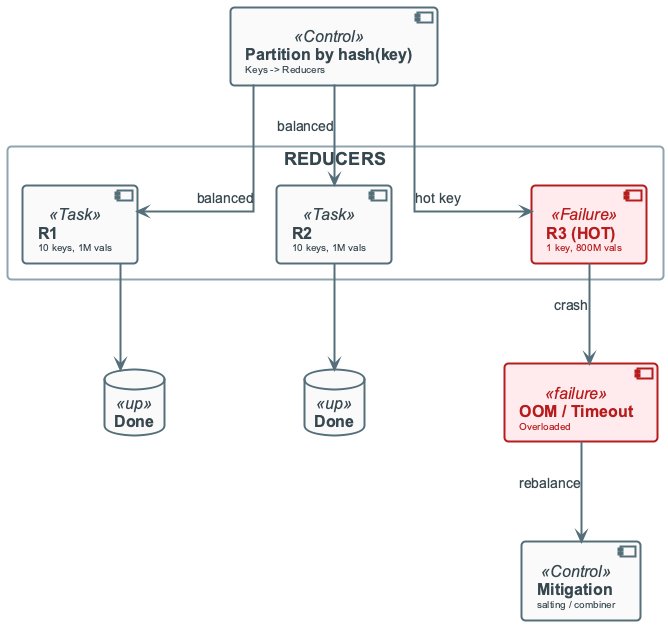
The PlantUML diagram diagrams/week03/week3_lecture_slide38_failure_skew.png in OrPerets/data-engineering-course, before a commit.
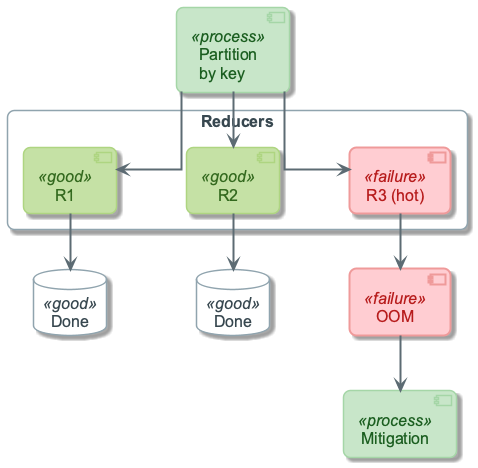
Above is the later version.

Change to the diagram source:
```diff
@@ -1,32 +1,30 @@
 @startuml
 !include ../_template_styles.puml
+!include _week3_visual_style.puml
+
 top to bottom direction
+skinparam nodesep 70
+skinparam ranksep 55
 
-component "**Partition by hash(key)**\n<size:10>Keys -> Reducers</size>" as PART <<Control>>
+component "Partition\nby key" as PART <<process>>
+rectangle "Reducers" as REDS {
+  component "R1" as R1 <<good>>
+  component "R2" as R2 <<good>>
+  component "R3 (hot)" as R3 <<failure>>
+  R1 -[hidden]right- R2
+  R2 -[hidden]right- R3
+}
+database "Done" as D1 <<good>>
+database "Done" as D2 <<good>>
+component "OOM" as FAIL <<failure>>
+component "Mitigation" as FIX <<process>>
 
-rectangle "REDUCERS" #FFFFFF {
-    component "**R1**\n<size:10>10 keys, 1M vals</size>" as R1 <<Task>>
-    component "**R2**\n<size:10>10 keys, 1M vals</size>" as R2 <<Task>>
-    component "**R3 (HOT)**\n<size:10>1 key, 800M vals</size>" as R3 <<Failure>>
-    R1 -[hidden]right- R2
-    R2 -[hidden]right- R3
-}
-
-together {
-    database "**Done**" as D1 <<up>>
-    database "**Done**" as D2 <<up>>
-    component "**OOM / Timeout**\n<size:10>Overloaded</size>" as FAIL <<failure>>
-}
-
-component "**Mitigation**\n<size:10>salting / combiner</size>" as FIX <<Control>>
-
-PART -down-> R1 : balanced
-PART -down-> R2 : balanced
-PART -down-> R3 : hot key
-
+PART -down-> R1
+PART -down-> R2
+PART -down-> R3
 R1 -down-> D1
 R2 -down-> D2
-R3 -down-> FAIL : crash
-FAIL -down-> FIX : rebalance
+R3 -down-> FAIL
+FAIL -down-> FIX
 
 @enduml
```
